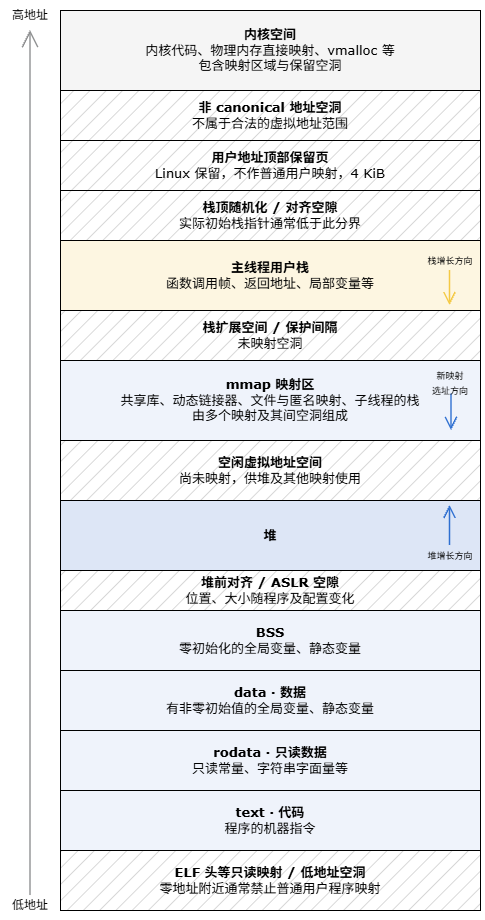
oHo404/imgrepo keeps this draw.io diagram as os/64位Linux进程虚拟地址空间布局.drawio.png. Above is the earlier version. Source tidied: cells renumbered, new cells last; positions are measured from the earlier drawing's top-left corner, leaving out a move shared by most shapes.
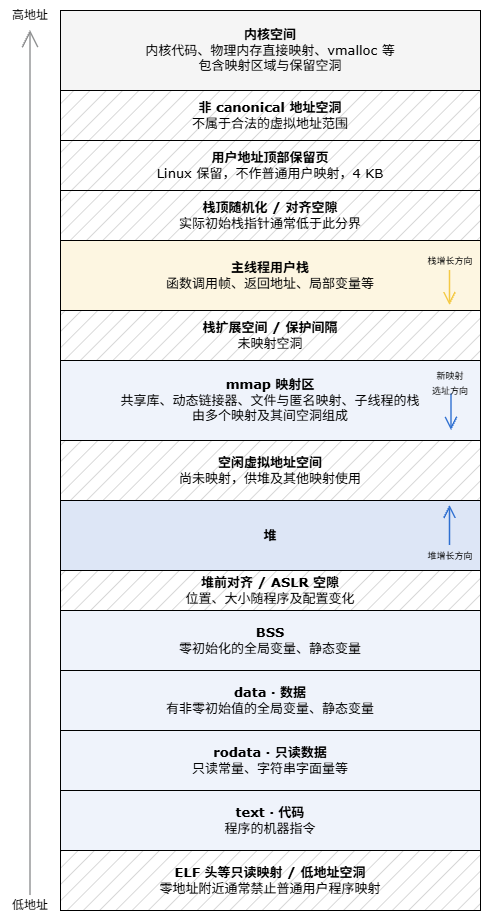
After the change.

Commit message:
更新64位Linux进程虚拟地址空间布局.drawio.png

Diff of the diagram source:
```diff
@@ -76,7 +76,7 @@
     <mxCell id="23" value="&lt;font style=&quot;font-size: 13px;&quot; face=&quot;Verdana&quot;&gt;&lt;b&gt;内核空间&lt;/b&gt;&lt;/font&gt;&lt;div&gt;&lt;div&gt;&lt;font face=&quot;Verdana&quot;&gt;&lt;span style=&quot;font-size: 13px;&quot;&gt;内核代码、物理内存直接映射、vmalloc 等&lt;/span&gt;&lt;/font&gt;&lt;/div&gt;&lt;div&gt;&lt;font face=&quot;Verdana&quot;&gt;&lt;span style=&quot;font-size: 13px;&quot;&gt;包含映射区域与保留空洞&lt;/span&gt;&lt;/font&gt;&lt;/div&gt;&lt;/div&gt;" style="rounded=0;whiteSpace=wrap;html=1;fillColor=#F5F5F5;" parent="1" vertex="1">
       <mxGeometry x="60" y="10" width="420" height="80" as="geometry" />
     </mxCell>
-    <mxCell id="24" value="&lt;div&gt;&lt;span style=&quot;font-size: 13px;&quot;&gt;&lt;font face=&quot;Verdana&quot;&gt;&lt;b&gt;用户地址顶部保留页&lt;/b&gt;&lt;/font&gt;&lt;/span&gt;&lt;/div&gt;&lt;div&gt;&lt;span style=&quot;font-size: 13px;&quot;&gt;&lt;font face=&quot;Verdana&quot;&gt;Linux 保留，不作普通用户映射，4 KiB&lt;/font&gt;&lt;/span&gt;&lt;/div&gt;" style="rounded=0;whiteSpace=wrap;html=1;fillStyle=hatch;fillColor=#CCCCCC;" parent="1" vertex="1">
+    <mxCell id="24" value="&lt;div&gt;&lt;span style=&quot;font-size: 13px;&quot;&gt;&lt;font face=&quot;Verdana&quot;&gt;&lt;b&gt;用户地址顶部保留页&lt;/b&gt;&lt;/font&gt;&lt;/span&gt;&lt;/div&gt;&lt;div&gt;&lt;span style=&quot;font-size: 13px;&quot;&gt;&lt;font face=&quot;Verdana&quot;&gt;Linux 保留，不作普通用户映射，4 KB&lt;/font&gt;&lt;/span&gt;&lt;/div&gt;" style="rounded=0;whiteSpace=wrap;html=1;fillStyle=hatch;fillColor=#CCCCCC;" parent="1" vertex="1">
       <mxGeometry x="60" y="140" width="420" height="50" as="geometry" />
     </mxCell>
     <mxCell id="25" value="&lt;div&gt;&lt;font face=&quot;Verdana&quot;&gt;&lt;span style=&quot;font-size: 13px;&quot;&gt;&lt;b&gt;非 canonical 地址空洞&lt;/b&gt;&lt;/span&gt;&lt;/font&gt;&lt;/div&gt;&lt;div&gt;&lt;font face=&quot;Verdana&quot;&gt;&lt;span style=&quot;font-size: 13px;&quot;&gt;不属于合法的虚拟地址范围&lt;/span&gt;&lt;/font&gt;&lt;/div&gt;" style="rounded=0;whiteSpace=wrap;html=1;fillStyle=hatch;fillColor=#CCCCCC;" parent="1" vertex="1">
```
